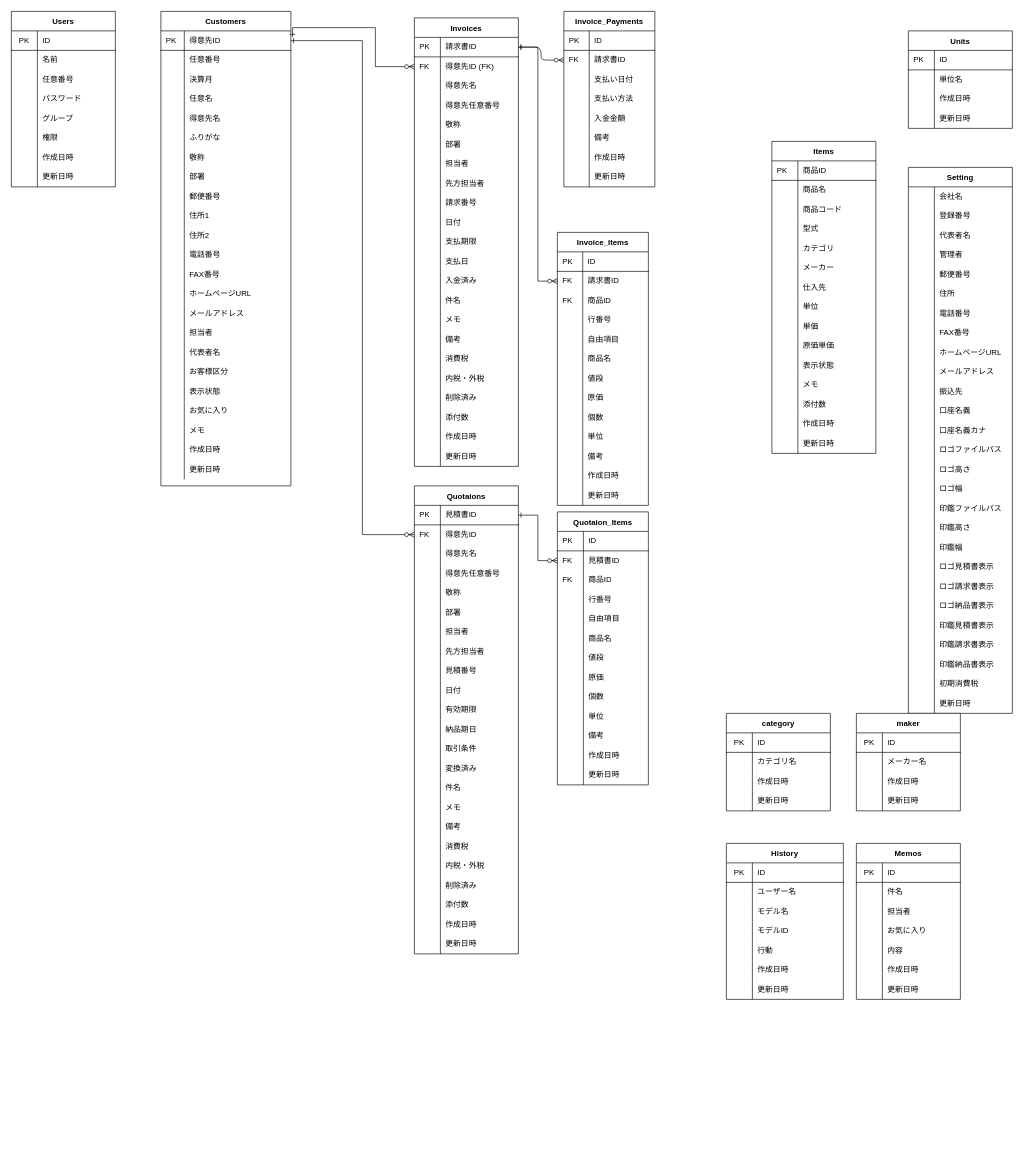
This is soho_er.dio from gamasenninn/caddie-clone, a draw.io file, before an edit. Source tidied: cells renumbered, new cells numbered last; positions are measured from the earlier drawing's top-left corner, leaving out a move shared by most shapes. Both pictures are drawn from the tidied source at 65%, with x=0, y=0 at pixel (11, 11).
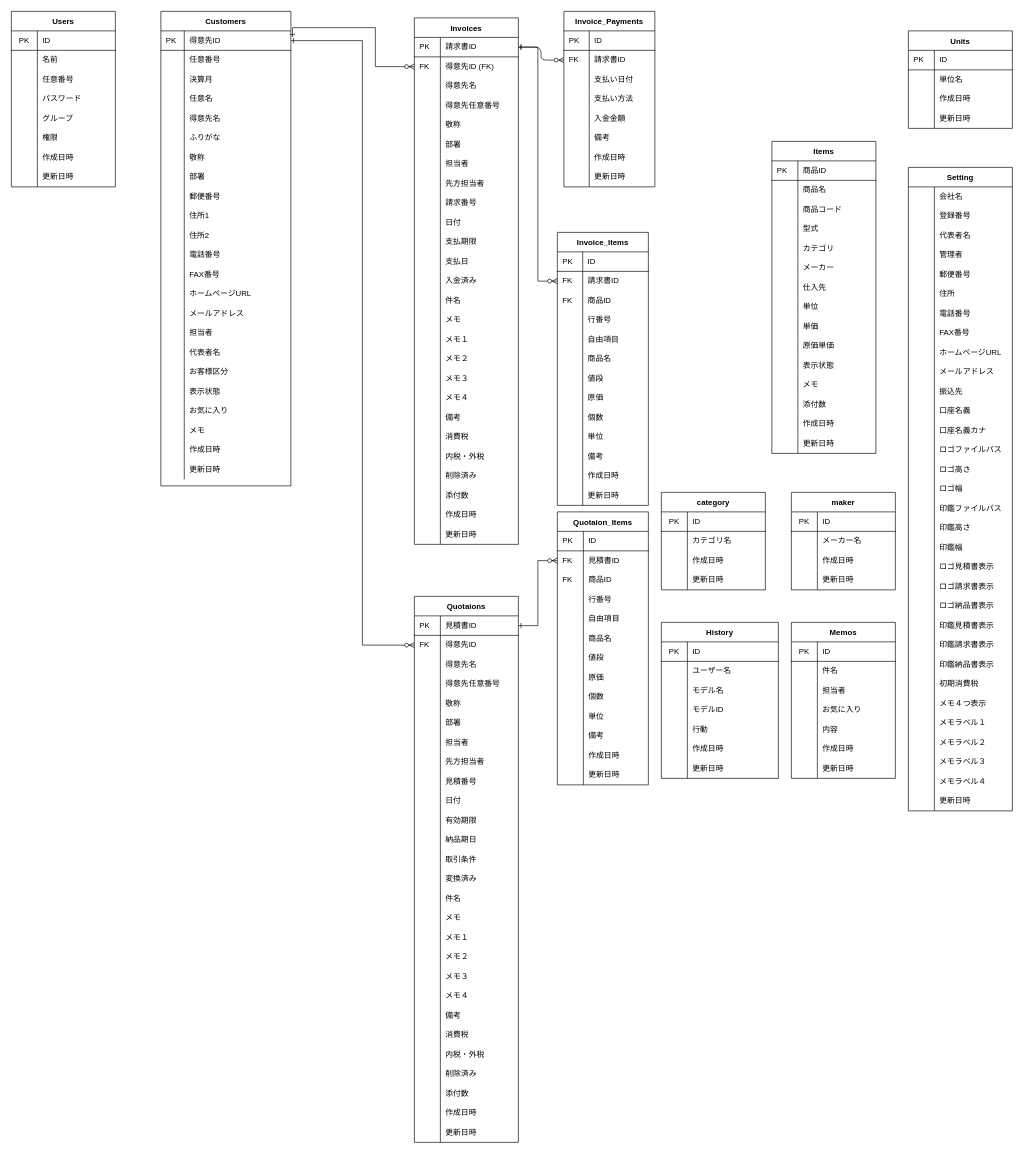
After the change.

Unchanged cells that the change refers to:
```xml
<mxCell id="3" style="shape=partialRectangle;html=1;whiteSpace=wrap;fillColor=none;top=0;left=0;bottom=1;right=0;points=[[0,0.5],[1,0.5]];portConstraint=eastwest;" parent="2" vertex="1">
  <mxGeometry y="30" width="200" height="30" as="geometry" />
</mxCell>
<mxCell id="229" style="shape=partialRectangle;html=1;whiteSpace=wrap;fillColor=none;top=0;left=0;bottom=0;right=0;points=[[0,0.5],[1,0.5]];portConstraint=eastwest;" parent="225" vertex="1">
  <mxGeometry y="60" width="160" height="30" as="geometry" />
</mxCell>
```

The edit, as a diff of the source:
```diff
@@
     <mxCell id="118" value="Invoices" style="shape=table;startSize=30;childLayout=tableLayout;rowLines=0;fontStyle=1;align=center;" parent="1" vertex="1">
-      <mxGeometry x="620" y="10" width="160" height="690" as="geometry" />
+      <mxGeometry x="620" y="10" width="160" height="810" as="geometry" />
     </mxCell>
@@
+    <mxCell id="555" style="shape=partialRectangle;html=1;whiteSpace=wrap;fillColor=none;top=0;left=0;bottom=0;right=0;" parent="118" vertex="1">
+      <mxGeometry y="480" width="160" height="30" as="geometry" />
+    </mxCell>
+    <mxCell id="556" style="shape=partialRectangle;html=1;whiteSpace=wrap;fillColor=none;top=0;left=0;bottom=0;right=0;align=left;spacingLeft=6;overflow=hidden;" parent="555" vertex="1">
+      <mxGeometry width="40" height="30" as="geometry" />
+    </mxCell>
+    <mxCell id="557" value="メモ１" style="shape=partialRectangle;html=1;whiteSpace=wrap;fillColor=none;top=0;left=0;bottom=0;right=0;align=left;spacingLeft=6;overflow=hidden;" parent="555" vertex="1">
+      <mxGeometry x="40" width="120" height="30" as="geometry" />
+    </mxCell>
+    <mxCell id="558" style="shape=partialRectangle;html=1;whiteSpace=wrap;fillColor=none;top=0;left=0;bottom=0;right=0;" parent="118" vertex="1">
+      <mxGeometry y="510" width="160" height="30" as="geometry" />
+    </mxCell>
+    <mxCell id="559" style="shape=partialRectangle;html=1;whiteSpace=wrap;fillColor=none;top=0;left=0;bottom=0;right=0;align=left;spacingLeft=6;overflow=hidden;" parent="558" vertex="1">
+      <mxGeometry width="40" height="30" as="geometry" />
+    </mxCell>
+    <mxCell id="560" value="メモ２" style="shape=partialRectangle;html=1;whiteSpace=wrap;fillColor=none;top=0;left=0;bottom=0;right=0;align=left;spacingLeft=6;overflow=hidden;" parent="558" vertex="1">
+      <mxGeometry x="40" width="120" height="30" as="geometry" />
+    </mxCell>
+    <mxCell id="561" style="shape=partialRectangle;html=1;whiteSpace=wrap;fillColor=none;top=0;left=0;bottom=0;right=0;" parent="118" vertex="1">
+      <mxGeometry y="540" width="160" height="30" as="geometry" />
+    </mxCell>
+    <mxCell id="562" style="shape=partialRectangle;html=1;whiteSpace=wrap;fillColor=none;top=0;left=0;bottom=0;right=0;align=left;spacingLeft=6;overflow=hidden;" parent="561" vertex="1">
+      <mxGeometry width="40" height="30" as="geometry" />
+    </mxCell>
+    <mxCell id="563" value="メモ３" style="shape=partialRectangle;html=1;whiteSpace=wrap;fillColor=none;top=0;left=0;bottom=0;right=0;align=left;spacingLeft=6;overflow=hidden;" parent="561" vertex="1">
+      <mxGeometry x="40" width="120" height="30" as="geometry" />
+    </mxCell>
+    <mxCell id="564" style="shape=partialRectangle;html=1;whiteSpace=wrap;fillColor=none;top=0;left=0;bottom=0;right=0;" parent="118" vertex="1">
+      <mxGeometry y="570" width="160" height="30" as="geometry" />
+    </mxCell>
+    <mxCell id="565" style="shape=partialRectangle;html=1;whiteSpace=wrap;fillColor=none;top=0;left=0;bottom=0;right=0;align=left;spacingLeft=6;overflow=hidden;" parent="564" vertex="1">
+      <mxGeometry width="40" height="30" as="geometry" />
+    </mxCell>
+    <mxCell id="566" value="メモ４" style="shape=partialRectangle;html=1;whiteSpace=wrap;fillColor=none;top=0;left=0;bottom=0;right=0;align=left;spacingLeft=6;overflow=hidden;" parent="564" vertex="1">
+      <mxGeometry x="40" width="120" height="30" as="geometry" />
+    </mxCell>
     <mxCell id="164" style="shape=partialRectangle;html=1;whiteSpace=wrap;fillColor=none;top=0;left=0;bottom=0;right=0;" parent="118" vertex="1">
-      <mxGeometry y="480" width="160" height="30" as="geometry" />
+      <mxGeometry y="600" width="160" height="30" as="geometry" />
     </mxCell>
@@
     <mxCell id="167" style="shape=partialRectangle;html=1;whiteSpace=wrap;fillColor=none;top=0;left=0;bottom=0;right=0;" parent="118" vertex="1">
-      <mxGeometry y="510" width="160" height="30" as="geometry" />
+      <mxGeometry y="630" width="160" height="30" as="geometry" />
     </mxCell>
@@
     <mxCell id="170" style="shape=partialRectangle;html=1;whiteSpace=wrap;fillColor=none;top=0;left=0;bottom=0;right=0;" parent="118" vertex="1">
-      <mxGeometry y="540" width="160" height="30" as="geometry" />
+      <mxGeometry y="660" width="160" height="30" as="geometry" />
     </mxCell>
@@
     <mxCell id="173" style="shape=partialRectangle;html=1;whiteSpace=wrap;fillColor=none;top=0;left=0;bottom=0;right=0;" parent="118" vertex="1">
-      <mxGeometry y="570" width="160" height="30" as="geometry" />
+      <mxGeometry y="690" width="160" height="30" as="geometry" />
     </mxCell>
@@
     <mxCell id="176" style="shape=partialRectangle;html=1;whiteSpace=wrap;fillColor=none;top=0;left=0;bottom=0;right=0;" parent="118" vertex="1">
-      <mxGeometry y="600" width="160" height="30" as="geometry" />
+      <mxGeometry y="720" width="160" height="30" as="geometry" />
     </mxCell>
@@
     <mxCell id="179" style="shape=partialRectangle;html=1;whiteSpace=wrap;fillColor=none;top=0;left=0;bottom=0;right=0;" parent="118" vertex="1">
-      <mxGeometry y="630" width="160" height="30" as="geometry" />
+      <mxGeometry y="750" width="160" height="30" as="geometry" />
     </mxCell>
@@
     <mxCell id="182" style="shape=partialRectangle;html=1;whiteSpace=wrap;fillColor=none;top=0;left=0;bottom=0;right=0;" parent="118" vertex="1">
-      <mxGeometry y="660" width="160" height="30" as="geometry" />
+      <mxGeometry y="780" width="160" height="30" as="geometry" />
     </mxCell>
@@
     <mxCell id="225" value="Quotaions" style="shape=table;startSize=30;childLayout=tableLayout;rowLines=0;fontStyle=1;align=center;" parent="1" vertex="1">
-      <mxGeometry x="620" y="730" width="160" height="720" as="geometry" />
+      <mxGeometry x="620" y="900" width="160" height="840" as="geometry" />
     </mxCell>
@@
+    <mxCell id="567" style="shape=partialRectangle;html=1;whiteSpace=wrap;fillColor=none;top=0;left=0;bottom=0;right=0;" parent="225" vertex="1">
+      <mxGeometry y="510" width="160" height="30" as="geometry" />
+    </mxCell>
+    <mxCell id="568" style="shape=partialRectangle;html=1;whiteSpace=wrap;fillColor=none;top=0;left=0;bottom=0;right=0;align=left;spacingLeft=6;overflow=hidden;" parent="567" vertex="1">
+      <mxGeometry width="40" height="30" as="geometry" />
+    </mxCell>
+    <mxCell id="569" value="メモ１" style="shape=partialRectangle;html=1;whiteSpace=wrap;fillColor=none;top=0;left=0;bottom=0;right=0;align=left;spacingLeft=6;overflow=hidden;" parent="567" vertex="1">
+      <mxGeometry x="40" width="120" height="30" as="geometry" />
+    </mxCell>
+    <mxCell id="570" style="shape=partialRectangle;html=1;whiteSpace=wrap;fillColor=none;top=0;left=0;bottom=0;right=0;" parent="225" vertex="1">
+      <mxGeometry y="540" width="160" height="30" as="geometry" />
+    </mxCell>
+    <mxCell id="571" style="shape=partialRectangle;html=1;whiteSpace=wrap;fillColor=none;top=0;left=0;bottom=0;right=0;align=left;spacingLeft=6;overflow=hidden;" parent="570" vertex="1">
+      <mxGeometry width="40" height="30" as="geometry" />
+    </mxCell>
+    <mxCell id="572" value="メモ２" style="shape=partialRectangle;html=1;whiteSpace=wrap;fillColor=none;top=0;left=0;bottom=0;right=0;align=left;spacingLeft=6;overflow=hidden;" parent="570" vertex="1">
+      <mxGeometry x="40" width="120" height="30" as="geometry" />
+    </mxCell>
+    <mxCell id="573" style="shape=partialRectangle;html=1;whiteSpace=wrap;fillColor=none;top=0;left=0;bottom=0;right=0;" parent="225" vertex="1">
+      <mxGeometry y="570" width="160" height="30" as="geometry" />
+    </mxCell>
+    <mxCell id="574" style="shape=partialRectangle;html=1;whiteSpace=wrap;fillColor=none;top=0;left=0;bottom=0;right=0;align=left;spacingLeft=6;overflow=hidden;" parent="573" vertex="1">
+      <mxGeometry width="40" height="30" as="geometry" />
+    </mxCell>
+    <mxCell id="575" value="メモ３" style="shape=partialRectangle;html=1;whiteSpace=wrap;fillColor=none;top=0;left=0;bottom=0;right=0;align=left;spacingLeft=6;overflow=hidden;" parent="573" vertex="1">
+      <mxGeometry x="40" width="120" height="30" as="geometry" />
+    </mxCell>
+    <mxCell id="576" style="shape=partialRectangle;html=1;whiteSpace=wrap;fillColor=none;top=0;left=0;bottom=0;right=0;" parent="225" vertex="1">
+      <mxGeometry y="600" width="160" height="30" as="geometry" />
+    </mxCell>
+    <mxCell id="577" style="shape=partialRectangle;html=1;whiteSpace=wrap;fillColor=none;top=0;left=0;bottom=0;right=0;align=left;spacingLeft=6;overflow=hidden;" parent="576" vertex="1">
+      <mxGeometry width="40" height="30" as="geometry" />
+    </mxCell>
+    <mxCell id="578" value="メモ４" style="shape=partialRectangle;html=1;whiteSpace=wrap;fillColor=none;top=0;left=0;bottom=0;right=0;align=left;spacingLeft=6;overflow=hidden;" parent="576" vertex="1">
+      <mxGeometry x="40" width="120" height="30" as="geometry" />
+    </mxCell>
     <mxCell id="274" style="shape=partialRectangle;html=1;whiteSpace=wrap;fillColor=none;top=0;left=0;bottom=0;right=0;" parent="225" vertex="1">
-      <mxGeometry y="510" width="160" height="30" as="geometry" />
+      <mxGeometry y="630" width="160" height="30" as="geometry" />
     </mxCell>
@@
     <mxCell id="277" style="shape=partialRectangle;html=1;whiteSpace=wrap;fillColor=none;top=0;left=0;bottom=0;right=0;" parent="225" vertex="1">
-      <mxGeometry y="540" width="160" height="30" as="geometry" />
+      <mxGeometry y="660" width="160" height="30" as="geometry" />
     </mxCell>
@@
     <mxCell id="280" style="shape=partialRectangle;html=1;whiteSpace=wrap;fillColor=none;top=0;left=0;bottom=0;right=0;" parent="225" vertex="1">
-      <mxGeometry y="570" width="160" height="30" as="geometry" />
+      <mxGeometry y="690" width="160" height="30" as="geometry" />
     </mxCell>
@@
     <mxCell id="283" style="shape=partialRectangle;html=1;whiteSpace=wrap;fillColor=none;top=0;left=0;bottom=0;right=0;" parent="225" vertex="1">
-      <mxGeometry y="600" width="160" height="30" as="geometry" />
+      <mxGeometry y="720" width="160" height="30" as="geometry" />
     </mxCell>
@@
     <mxCell id="286" style="shape=partialRectangle;html=1;whiteSpace=wrap;fillColor=none;top=0;left=0;bottom=0;right=0;" parent="225" vertex="1">
-      <mxGeometry y="630" width="160" height="30" as="geometry" />
+      <mxGeometry y="750" width="160" height="30" as="geometry" />
     </mxCell>
@@
     <mxCell id="289" style="shape=partialRectangle;html=1;whiteSpace=wrap;fillColor=none;top=0;left=0;bottom=0;right=0;" parent="225" vertex="1">
-      <mxGeometry y="660" width="160" height="30" as="geometry" />
+      <mxGeometry y="780" width="160" height="30" as="geometry" />
     </mxCell>
@@
     <mxCell id="292" style="shape=partialRectangle;html=1;whiteSpace=wrap;fillColor=none;top=0;left=0;bottom=0;right=0;" parent="225" vertex="1">
-      <mxGeometry y="690" width="160" height="30" as="geometry" />
+      <mxGeometry y="810" width="160" height="30" as="geometry" />
     </mxCell>
@@
     <mxCell id="348" value="Setting" style="shape=table;startSize=30;childLayout=tableLayout;rowLines=0;fontStyle=1;align=center;" parent="1" vertex="1">
-      <mxGeometry x="1380" y="240" width="160" height="840" as="geometry" />
+      <mxGeometry x="1380" y="240" width="160" height="990" as="geometry" />
     </mxCell>
@@
+    <mxCell id="579" style="shape=partialRectangle;html=1;whiteSpace=wrap;fillColor=none;top=0;left=0;bottom=0;right=0;" parent="348" vertex="1">
+      <mxGeometry y="810" width="160" height="30" as="geometry" />
+    </mxCell>
+    <mxCell id="580" style="shape=partialRectangle;html=1;whiteSpace=wrap;fillColor=none;top=0;left=0;bottom=0;right=0;align=left;spacingLeft=6;overflow=hidden;" parent="579" vertex="1">
+      <mxGeometry width="40" height="30" as="geometry" />
+    </mxCell>
+    <mxCell id="581" value="メモ４つ表示" style="shape=partialRectangle;html=1;whiteSpace=wrap;fillColor=none;top=0;left=0;bottom=0;right=0;align=left;spacingLeft=6;overflow=hidden;" parent="579" vertex="1">
+      <mxGeometry x="40" width="120" height="30" as="geometry" />
+    </mxCell>
+    <mxCell id="582" style="shape=partialRectangle;html=1;whiteSpace=wrap;fillColor=none;top=0;left=0;bottom=0;right=0;" parent="348" vertex="1">
+      <mxGeometry y="840" width="160" height="30" as="geometry" />
+    </mxCell>
+    <mxCell id="583" style="shape=partialRectangle;html=1;whiteSpace=wrap;fillColor=none;top=0;left=0;bottom=0;right=0;align=left;spacingLeft=6;overflow=hidden;" parent="582" vertex="1">
+      <mxGeometry width="40" height="30" as="geometry" />
+    </mxCell>
+    <mxCell id="584" value="メモラベル１" style="shape=partialRectangle;html=1;whiteSpace=wrap;fillColor=none;top=0;left=0;bottom=0;right=0;align=left;spacingLeft=6;overflow=hidden;" parent="582" vertex="1">
+      <mxGeometry x="40" width="120" height="30" as="geometry" />
+    </mxCell>
+    <mxCell id="585" style="shape=partialRectangle;html=1;whiteSpace=wrap;fillColor=none;top=0;left=0;bottom=0;right=0;" parent="348" vertex="1">
+      <mxGeometry y="870" width="160" height="30" as="geometry" />
+    </mxCell>
+    <mxCell id="586" style="shape=partialRectangle;html=1;whiteSpace=wrap;fillColor=none;top=0;left=0;bottom=0;right=0;align=left;spacingLeft=6;overflow=hidden;" parent="585" vertex="1">
+      <mxGeometry width="40" height="30" as="geometry" />
+    </mxCell>
+    <mxCell id="587" value="メモラベル２" style="shape=partialRectangle;html=1;whiteSpace=wrap;fillColor=none;top=0;left=0;bottom=0;right=0;align=left;spacingLeft=6;overflow=hidden;" parent="585" vertex="1">
+      <mxGeometry x="40" width="120" height="30" as="geometry" />
+    </mxCell>
+    <mxCell id="588" style="shape=partialRectangle;html=1;whiteSpace=wrap;fillColor=none;top=0;left=0;bottom=0;right=0;" parent="348" vertex="1">
+      <mxGeometry y="900" width="160" height="30" as="geometry" />
+    </mxCell>
+    <mxCell id="589" style="shape=partialRectangle;html=1;whiteSpace=wrap;fillColor=none;top=0;left=0;bottom=0;right=0;align=left;spacingLeft=6;overflow=hidden;" parent="588" vertex="1">
+      <mxGeometry width="40" height="30" as="geometry" />
+    </mxCell>
+    <mxCell id="590" value="メモラベル３" style="shape=partialRectangle;html=1;whiteSpace=wrap;fillColor=none;top=0;left=0;bottom=0;right=0;align=left;spacingLeft=6;overflow=hidden;" parent="588" vertex="1">
+      <mxGeometry x="40" width="120" height="30" as="geometry" />
+    </mxCell>
+    <mxCell id="591" style="shape=partialRectangle;html=1;whiteSpace=wrap;fillColor=none;top=0;left=0;bottom=0;right=0;" parent="348" vertex="1">
+      <mxGeometry y="930" width="160" height="30" as="geometry" />
+    </mxCell>
+    <mxCell id="592" style="shape=partialRectangle;html=1;whiteSpace=wrap;fillColor=none;top=0;left=0;bottom=0;right=0;align=left;spacingLeft=6;overflow=hidden;" parent="591" vertex="1">
+      <mxGeometry width="40" height="30" as="geometry" />
+    </mxCell>
+    <mxCell id="593" value="メモラベル４" style="shape=partialRectangle;html=1;whiteSpace=wrap;fillColor=none;top=0;left=0;bottom=0;right=0;align=left;spacingLeft=6;overflow=hidden;" parent="591" vertex="1">
+      <mxGeometry x="40" width="120" height="30" as="geometry" />
+    </mxCell>
     <mxCell id="427" style="shape=partialRectangle;html=1;whiteSpace=wrap;fillColor=none;top=0;left=0;bottom=0;right=0;" parent="348" vertex="1">
-      <mxGeometry y="810" width="160" height="30" as="geometry" />
+      <mxGeometry y="960" width="160" height="30" as="geometry" />
     </mxCell>
@@
     <mxCell id="431" style="edgeStyle=orthogonalEdgeStyle;rounded=0;jettySize=auto;html=1;exitX=0;exitY=0.5;exitDx=0;exitDy=0;entryX=1;entryY=0.5;entryDx=0;entryDy=0;startArrow=ERzeroToMany;startFill=1;endArrow=ERone;endFill=0;" parent="1" edge="1" source="229" target="3">
       <mxGeometry relative="1" as="geometry">
         <Array as="points">
-          <mxPoint x="540" y="805" />
+          <mxPoint x="540" y="975" />
           <mxPoint x="540" y="45" />
         </Array>
       </mxGeometry>
     </mxCell>
@@
     <mxCell id="434" value="Memos" style="shape=table;startSize=30;childLayout=tableLayout;rowLines=0;fontStyle=1;align=center;" parent="1" vertex="1">
-      <mxGeometry x="1300" y="1280" width="160" height="240" as="geometry" />
+      <mxGeometry x="1200" y="940" width="160" height="240" as="geometry" />
     </mxCell>
@@
     <mxCell id="481" value="maker" style="shape=table;startSize=30;childLayout=tableLayout;rowLines=0;fontStyle=1;align=center;" parent="1" vertex="1">
-      <mxGeometry x="1300" y="1080" width="160" height="150" as="geometry" />
+      <mxGeometry x="1200" y="740" width="160" height="150" as="geometry" />
     </mxCell>
@@
     <mxCell id="494" value="category" style="shape=table;startSize=30;childLayout=tableLayout;rowLines=0;fontStyle=1;align=center;" parent="1" vertex="1">
-      <mxGeometry x="1100" y="1080" width="160" height="150" as="geometry" />
+      <mxGeometry x="1000" y="740" width="160" height="150" as="geometry" />
     </mxCell>
@@
     <mxCell id="507" value="History" style="shape=table;startSize=30;childLayout=tableLayout;rowLines=0;fontStyle=1;align=center;" parent="1" vertex="1">
-      <mxGeometry x="1100" y="1280" width="180" height="240" as="geometry" />
+      <mxGeometry x="1000" y="940" width="180" height="240" as="geometry" />
     </mxCell>
```
